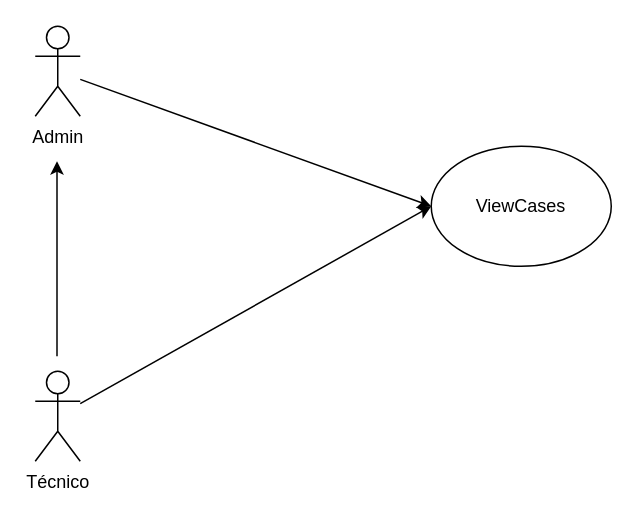
grupotecun-citec-wbeto/portal-tectrack-vite keeps this draw.io diagram as docs/casos-uso/caso/CU-CASE-0001-View-Cases.drawio. Above is the earlier version. Source tidied: cells renumbered, new cells numbered last; positions are measured from the earlier drawing's top-left corner, leaving out a move shared by most shapes. Both pictures are drawn from the tidied source at 150%, with x=0, y=0 at pixel (34, 26).
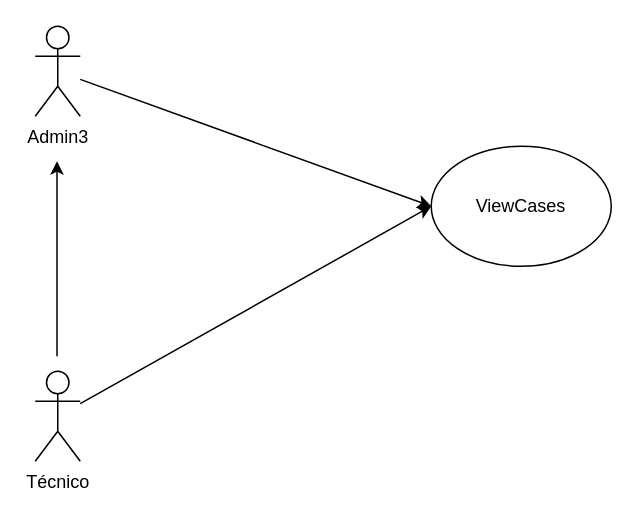
Above is the later version.

What changed in the source:
```diff
@@
 <mxGraphModel>
   <root>
     <mxCell id="0" />
     <mxCell id="1" parent="0" />
     <mxCell id="2" style="rounded=0;jettySize=auto;html=1;entryX=0;entryY=0.5;entryDx=0;entryDy=0;" parent="1" edge="1" source="3" target="6">
       <mxGeometry relative="1" as="geometry" />
     </mxCell>
     <mxCell id="3" value="Técnico" style="shape=umlActor;verticalLabelPosition=bottom;verticalAlign=top;html=1;outlineConnect=0;" parent="1" vertex="1">
       <mxGeometry y="230" width="30" height="60" as="geometry" />
     </mxCell>
     <mxCell id="4" style="rounded=0;jettySize=auto;html=1;entryX=0;entryY=0.5;entryDx=0;entryDy=0;" parent="1" edge="1" source="5" target="6">
       <mxGeometry relative="1" as="geometry" />
     </mxCell>
-    <mxCell id="5" value="Admin" style="shape=umlActor;verticalLabelPosition=bottom;verticalAlign=top;html=1;outlineConnect=0;" parent="1" vertex="1">
+    <mxCell id="5" value="Admin3" style="shape=umlActor;verticalLabelPosition=bottom;verticalAlign=top;html=1;outlineConnect=0;" parent="1" vertex="1">
       <mxGeometry width="30" height="60" as="geometry" />
     </mxCell>
     <mxCell id="6" value="ViewCases" style="ellipse;whiteSpace=wrap;html=1;" parent="1" vertex="1">
       <mxGeometry x="264" y="80" width="120" height="80" as="geometry" />
     </mxCell>
     <mxCell id="7" style="endArrow=classic;html=1;rounded=0;" parent="1" edge="1">
       <mxGeometry relative="1" as="geometry">
         <mxPoint x="14.5" y="220" as="sourcePoint" />
         <mxPoint x="14.5" y="90" as="targetPoint" />
       </mxGeometry>
     </mxCell>
   </root>
 </mxGraphModel>
```
